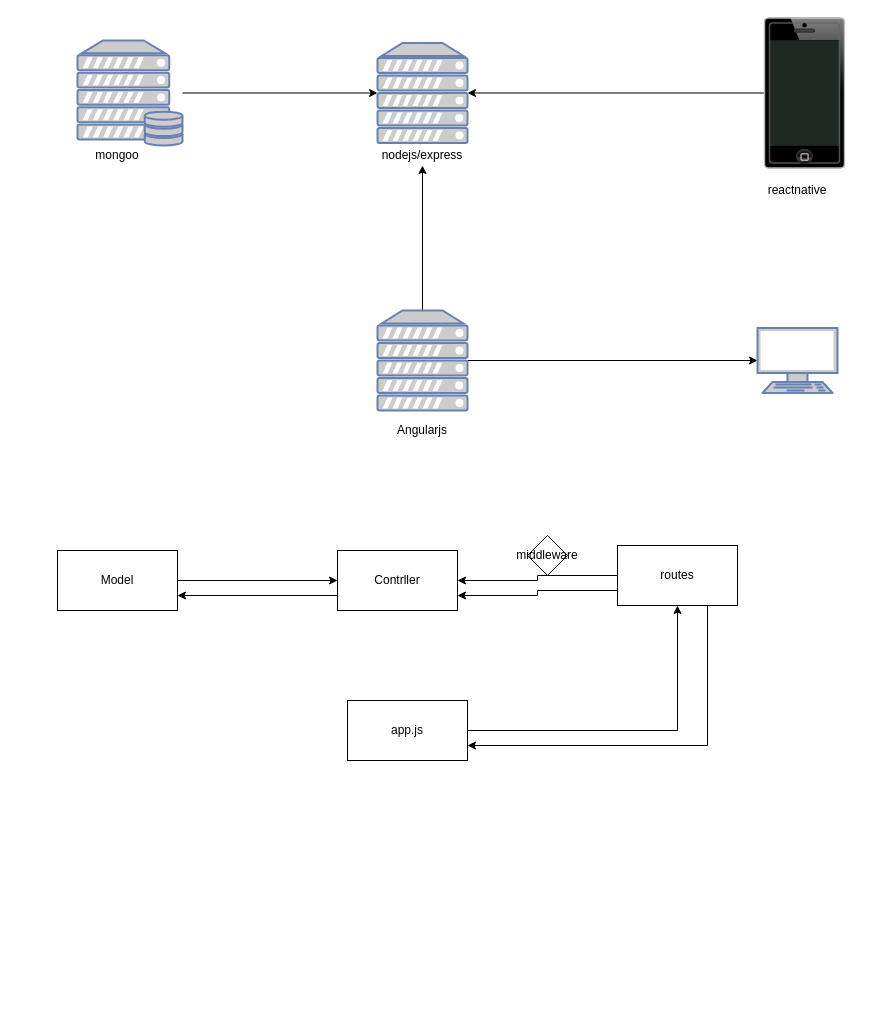
Earlier version of the draw.io diagram data/diagram.drawio (lutonda/-hymnbook-js). Source tidied: cells renumbered, new cells numbered last; positions are measured from the earlier drawing's top-left corner, leaving out a move shared by most shapes. Both pictures are drawn from the tidied source at 100%, with x=0, y=0 at pixel (57, 18).
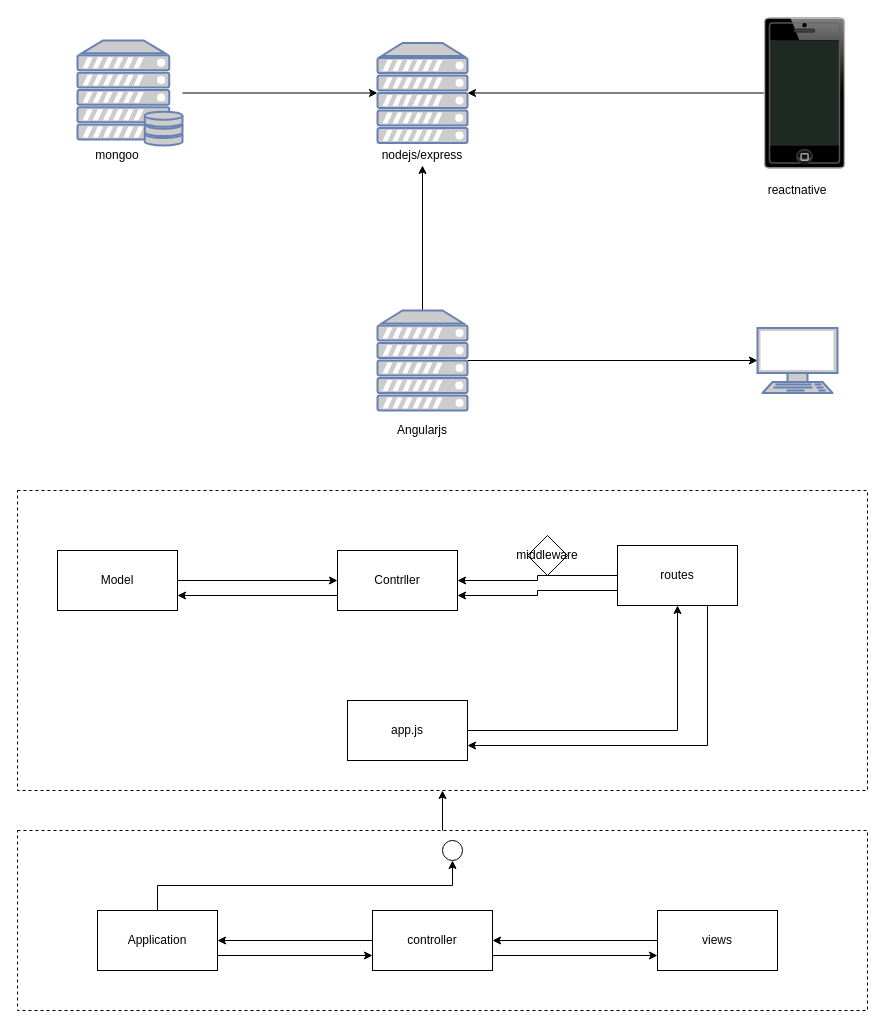
The same diagram, later.

Diff of the diagram source:
```diff
@@
+    <mxCell id="26" style="rounded=0;whiteSpace=wrap;html=1;dashed=1;fillColor=none;" parent="1" vertex="1">
+      <mxGeometry x="-40" y="812" width="850" height="180" as="geometry" />
+    </mxCell>
@@
+    <mxCell id="27" style="edgeStyle=orthogonalEdgeStyle;rounded=0;jettySize=auto;html=1;entryX=1;entryY=0.5;entryDx=0;entryDy=0;" parent="1" edge="1" source="28" target="31">
+      <mxGeometry relative="1" as="geometry" />
+    </mxCell>
+    <mxCell id="28" value="views" style="rounded=0;whiteSpace=wrap;html=1;" parent="1" vertex="1">
+      <mxGeometry x="600" y="892" width="120" height="60" as="geometry" />
+    </mxCell>
+    <mxCell id="29" style="edgeStyle=orthogonalEdgeStyle;rounded=0;jettySize=auto;html=1;exitX=1;exitY=0.75;exitDx=0;exitDy=0;entryX=0;entryY=0.75;entryDx=0;entryDy=0;" parent="1" edge="1" source="31" target="28">
+      <mxGeometry relative="1" as="geometry" />
+    </mxCell>
+    <mxCell id="30" style="edgeStyle=orthogonalEdgeStyle;rounded=0;jettySize=auto;html=1;entryX=1;entryY=0.5;entryDx=0;entryDy=0;" parent="1" edge="1" source="31" target="36">
+      <mxGeometry relative="1" as="geometry" />
+    </mxCell>
+    <mxCell id="31" value="controller" style="rounded=0;whiteSpace=wrap;html=1;" parent="1" vertex="1">
+      <mxGeometry x="315" y="892" width="120" height="60" as="geometry" />
+    </mxCell>
+    <mxCell id="32" style="rounded=0;whiteSpace=wrap;html=1;fillColor=none;dashed=1;" parent="1" vertex="1">
+      <mxGeometry x="-40" y="472" width="850" height="300" as="geometry" />
+    </mxCell>
+    <mxCell id="33" style="edgeStyle=orthogonalEdgeStyle;rounded=0;jettySize=auto;html=1;exitX=0.5;exitY=0;exitDx=0;exitDy=0;entryX=0.5;entryY=1;entryDx=0;entryDy=0;" parent="1" edge="1" source="26" target="32">
+      <mxGeometry relative="1" as="geometry" />
+    </mxCell>
+    <mxCell id="34" style="edgeStyle=orthogonalEdgeStyle;rounded=0;jettySize=auto;html=1;exitX=1;exitY=0.75;exitDx=0;exitDy=0;entryX=0;entryY=0.75;entryDx=0;entryDy=0;" parent="1" edge="1" source="36" target="31">
+      <mxGeometry relative="1" as="geometry" />
+    </mxCell>
+    <mxCell id="35" style="edgeStyle=orthogonalEdgeStyle;rounded=0;jettySize=auto;html=1;exitX=0.5;exitY=0;exitDx=0;exitDy=0;entryX=0.5;entryY=1;entryDx=0;entryDy=0;" parent="1" edge="1" source="36" target="37">
+      <mxGeometry relative="1" as="geometry" />
+    </mxCell>
+    <mxCell id="36" value="Application" style="rounded=0;whiteSpace=wrap;html=1;fillColor=none;" parent="1" vertex="1">
+      <mxGeometry x="40" y="892" width="120" height="60" as="geometry" />
+    </mxCell>
+    <mxCell id="37" style="ellipse;whiteSpace=wrap;html=1;fillColor=none;" parent="1" vertex="1">
+      <mxGeometry x="385" y="822" width="20" height="20" as="geometry" />
+    </mxCell>
```
